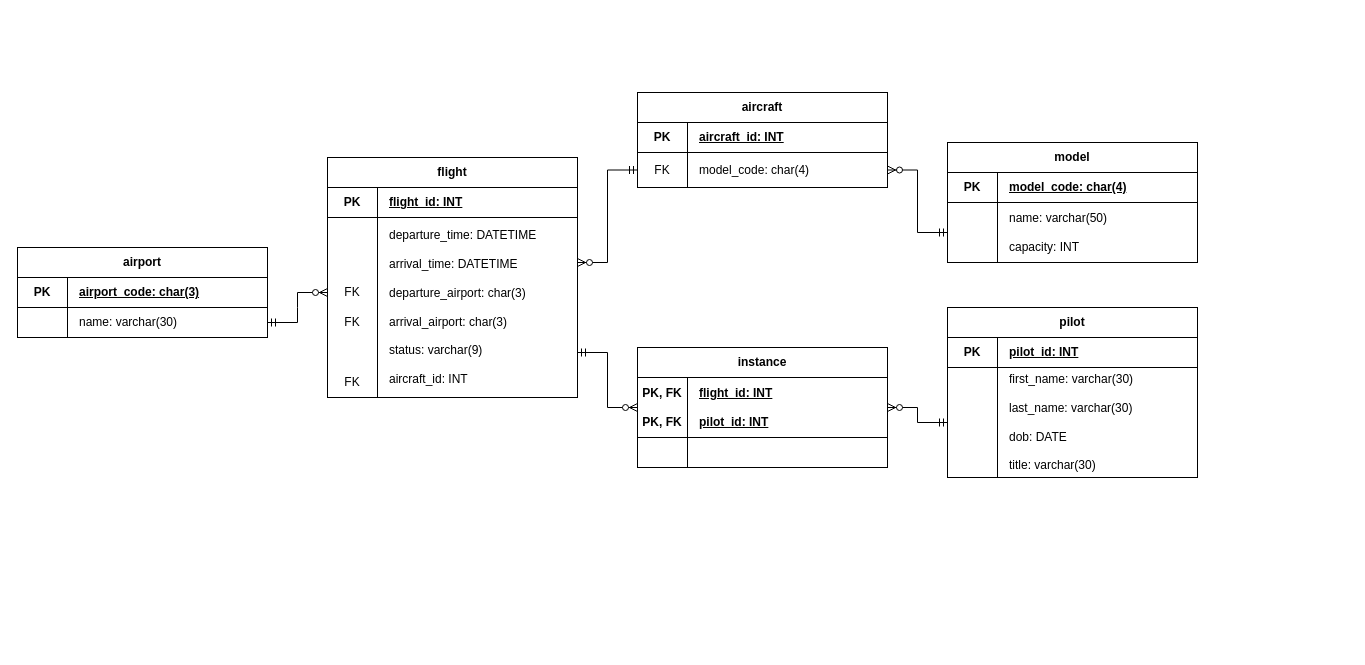
J-05/CW120040-CW2 keeps this draw.io diagram as airline-database-erd.drawio. Above is the earlier version. Source tidied: cells renumbered, new cells numbered last; positions are measured from the earlier drawing's top-left corner, leaving out a move shared by most shapes. Both pictures are drawn from the tidied source at 100%, with x=0, y=0 at pixel (17, 92).
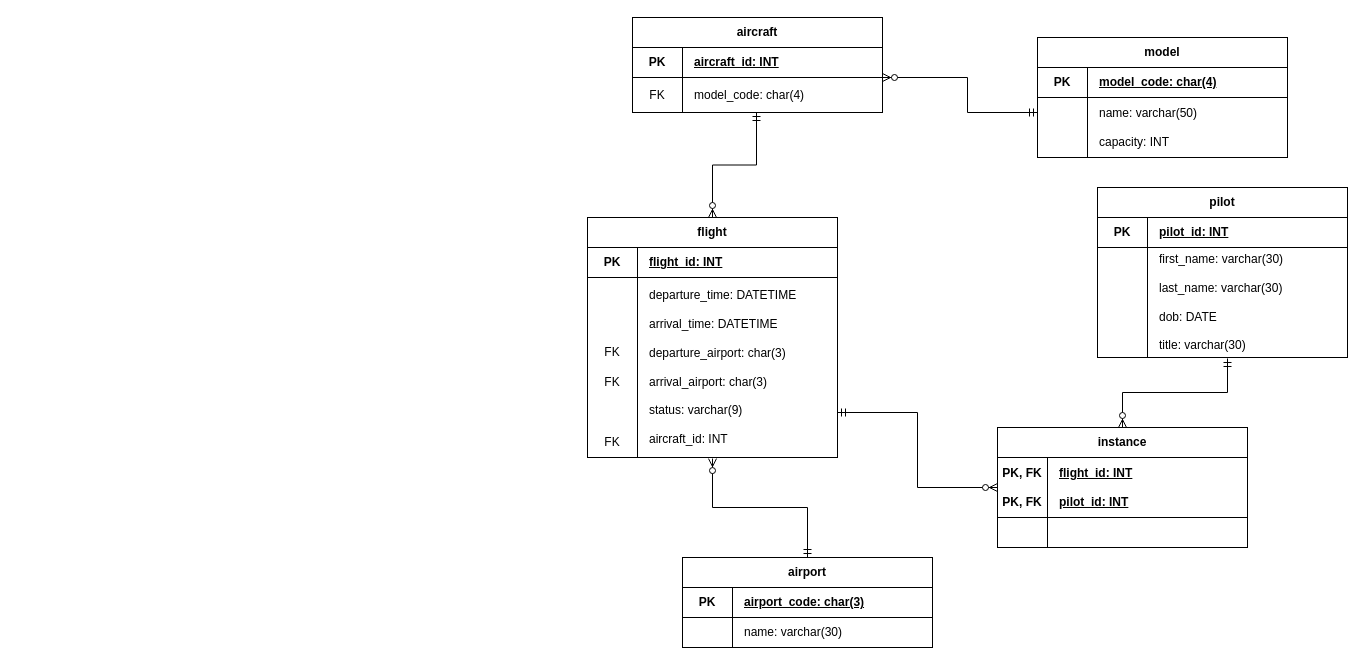
The same diagram, later.

Commit message:
rearranging tables

What changed in the source:
```diff
@@
     <mxCell id="2" value="&lt;b style=&quot;&quot;&gt;&lt;i&gt;&amp;nbsp; &amp;nbsp;&lt;/i&gt;&lt;u&gt;aircraft_id: INT&lt;/u&gt;&lt;/b&gt;" style="rounded=0;whiteSpace=wrap;html=1;fillColor=none;align=left;" parent="1" vertex="1">
-      <mxGeometry x="670" y="30" width="200" height="30" as="geometry" />
+      <mxGeometry x="665" y="-45" width="200" height="30" as="geometry" />
     </mxCell>
     <mxCell id="3" value="&lt;b&gt;PK&lt;/b&gt;" style="rounded=0;whiteSpace=wrap;html=1;fillColor=none;" parent="1" vertex="1">
-      <mxGeometry x="620" y="30" width="50" height="30" as="geometry" />
+      <mxGeometry x="615" y="-45" width="50" height="30" as="geometry" />
     </mxCell>
     <mxCell id="4" style="rounded=0;whiteSpace=wrap;html=1;fillColor=none;" parent="1" vertex="1">
-      <mxGeometry x="620" y="60" width="50" height="35" as="geometry" />
+      <mxGeometry x="615" y="-15" width="50" height="35" as="geometry" />
     </mxCell>
     <mxCell id="5" value="&amp;nbsp; &amp;nbsp;model_code: char(4)" style="rounded=0;whiteSpace=wrap;html=1;fillColor=none;align=left;" parent="1" vertex="1">
-      <mxGeometry x="670" y="60" width="200" height="35" as="geometry" />
+      <mxGeometry x="665" y="-15" width="200" height="35" as="geometry" />
     </mxCell>
     <mxCell id="6" value="&lt;b&gt;aircraft&lt;/b&gt;" style="rounded=0;whiteSpace=wrap;html=1;fillColor=none;" parent="1" vertex="1">
-      <mxGeometry x="620" width="250" height="30" as="geometry" />
+      <mxGeometry x="615" y="-75" width="250" height="30" as="geometry" />
     </mxCell>
     <mxCell id="7" value="&lt;b style=&quot;&quot;&gt;&lt;i&gt;&amp;nbsp; &amp;nbsp;&lt;/i&gt;&lt;u&gt;flight_id: INT&lt;/u&gt;&lt;/b&gt;" style="rounded=0;whiteSpace=wrap;html=1;fillColor=none;align=left;" parent="1" vertex="1">
-      <mxGeometry x="360" y="95" width="200" height="30" as="geometry" />
+      <mxGeometry x="620" y="155" width="200" height="30" as="geometry" />
     </mxCell>
     <mxCell id="8" value="&lt;b&gt;PK&lt;/b&gt;" style="rounded=0;whiteSpace=wrap;html=1;fillColor=none;" parent="1" vertex="1">
-      <mxGeometry x="310" y="95" width="50" height="30" as="geometry" />
+      <mxGeometry x="570" y="155" width="50" height="30" as="geometry" />
     </mxCell>
     <mxCell id="9" style="rounded=0;whiteSpace=wrap;html=1;fillColor=none;" parent="1" vertex="1">
-      <mxGeometry x="310" y="125" width="50" height="180" as="geometry" />
+      <mxGeometry x="570" y="185" width="50" height="180" as="geometry" />
     </mxCell>
     <mxCell id="10" value="&amp;nbsp; &amp;nbsp;departure_time: DATETIME&lt;br&gt;&lt;br&gt;&amp;nbsp; &amp;nbsp;arrival_time: DATETIME&lt;br&gt;&lt;br&gt;&amp;nbsp; &amp;nbsp;departure_airport: char(3)&lt;br&gt;&lt;br&gt;&amp;nbsp; &amp;nbsp;arrival_airport: char(3)&lt;br&gt;&lt;br&gt;&amp;nbsp; &amp;nbsp;status: varchar(9)&lt;br&gt;&lt;br&gt;&amp;nbsp; &amp;nbsp;aircraft_id: INT" style="rounded=0;whiteSpace=wrap;html=1;fillColor=none;align=left;" parent="1" vertex="1">
-      <mxGeometry x="360" y="125" width="200" height="180" as="geometry" />
+      <mxGeometry x="620" y="185" width="200" height="180" as="geometry" />
     </mxCell>
     <mxCell id="11" value="&lt;b&gt;flight&lt;/b&gt;" style="rounded=0;whiteSpace=wrap;html=1;fillColor=none;" parent="1" vertex="1">
-      <mxGeometry x="310" y="65" width="250" height="30" as="geometry" />
+      <mxGeometry x="570" y="125" width="250" height="30" as="geometry" />
     </mxCell>
     <mxCell id="12" value="&lt;b style=&quot;&quot;&gt;&lt;i&gt;&amp;nbsp; &amp;nbsp;&lt;/i&gt;&lt;u&gt;pilot_id: INT&lt;/u&gt;&lt;/b&gt;" style="rounded=0;whiteSpace=wrap;html=1;fillColor=none;align=left;" parent="1" vertex="1">
-      <mxGeometry x="980" y="245" width="200" height="30" as="geometry" />
+      <mxGeometry x="1130" y="125" width="200" height="30" as="geometry" />
     </mxCell>
     <mxCell id="13" value="&lt;b&gt;PK&lt;/b&gt;" style="rounded=0;whiteSpace=wrap;html=1;fillColor=none;" parent="1" vertex="1">
-      <mxGeometry x="930" y="245" width="50" height="30" as="geometry" />
+      <mxGeometry x="1080" y="125" width="50" height="30" as="geometry" />
     </mxCell>
     <mxCell id="14" style="rounded=0;whiteSpace=wrap;html=1;fillColor=none;" parent="1" vertex="1">
-      <mxGeometry x="930" y="275" width="50" height="110" as="geometry" />
+      <mxGeometry x="1080" y="155" width="50" height="110" as="geometry" />
     </mxCell>
     <mxCell id="15" value="&amp;nbsp; &amp;nbsp;first_name: varchar(30)&lt;br&gt;&lt;br&gt;&amp;nbsp; &amp;nbsp;last_name: varchar(30)&lt;br&gt;&lt;br&gt;&amp;nbsp; &amp;nbsp;dob: DATE&lt;br&gt;&lt;br&gt;&amp;nbsp; &amp;nbsp;title: varchar(30)" style="rounded=0;whiteSpace=wrap;html=1;fillColor=none;align=left;" parent="1" vertex="1">
-      <mxGeometry x="980" y="275" width="200" height="110" as="geometry" />
+      <mxGeometry x="1130" y="155" width="200" height="110" as="geometry" />
     </mxCell>
     <mxCell id="16" value="&lt;b&gt;pilot&lt;/b&gt;" style="rounded=0;whiteSpace=wrap;html=1;fillColor=none;" parent="1" vertex="1">
-      <mxGeometry x="930" y="215" width="250" height="30" as="geometry" />
+      <mxGeometry x="1080" y="95" width="250" height="30" as="geometry" />
     </mxCell>
     <mxCell id="17" value="&amp;nbsp; &amp;nbsp;&lt;b&gt;&lt;u&gt;flight_id: INT&lt;/u&gt;&lt;br&gt;&lt;br&gt;&amp;nbsp; &amp;nbsp;&lt;u&gt;pilot_id: INT&lt;/u&gt;&lt;br&gt;&lt;/b&gt;" style="rounded=0;whiteSpace=wrap;html=1;fillColor=none;align=left;" parent="1" vertex="1">
-      <mxGeometry x="670" y="285" width="200" height="60" as="geometry" />
+      <mxGeometry x="1030" y="365" width="200" height="60" as="geometry" />
     </mxCell>
     <mxCell id="18" value="&lt;b&gt;PK, FK&lt;br&gt;&lt;br&gt;PK, FK&lt;br&gt;&lt;/b&gt;" style="rounded=0;whiteSpace=wrap;html=1;fillColor=none;" parent="1" vertex="1">
-      <mxGeometry x="620" y="285" width="50" height="60" as="geometry" />
+      <mxGeometry x="980" y="365" width="50" height="60" as="geometry" />
     </mxCell>
     <mxCell id="19" style="rounded=0;whiteSpace=wrap;html=1;fillColor=none;" parent="1" vertex="1">
-      <mxGeometry x="620" y="345" width="50" height="30" as="geometry" />
+      <mxGeometry x="980" y="425" width="50" height="30" as="geometry" />
     </mxCell>
     <mxCell id="20" style="rounded=0;whiteSpace=wrap;html=1;fillColor=none;align=left;" parent="1" vertex="1">
-      <mxGeometry x="670" y="345" width="200" height="30" as="geometry" />
+      <mxGeometry x="1030" y="425" width="200" height="30" as="geometry" />
     </mxCell>
     <mxCell id="21" value="&lt;b&gt;instance&lt;/b&gt;" style="rounded=0;whiteSpace=wrap;html=1;fillColor=none;" parent="1" vertex="1">
-      <mxGeometry x="620" y="255" width="250" height="30" as="geometry" />
+      <mxGeometry x="980" y="335" width="250" height="30" as="geometry" />
     </mxCell>
     <mxCell id="22" value="&lt;i style=&quot;font-weight: bold;&quot;&gt;&amp;nbsp; &amp;nbsp;&lt;/i&gt;&lt;u style=&quot;&quot;&gt;&lt;b&gt;model_code: char(4)&lt;/b&gt;&lt;/u&gt;" style="rounded=0;whiteSpace=wrap;html=1;fillColor=none;align=left;" parent="1" vertex="1">
-      <mxGeometry x="980" y="80" width="200" height="30" as="geometry" />
+      <mxGeometry x="1070" y="-25" width="200" height="30" as="geometry" />
     </mxCell>
     <mxCell id="23" value="&lt;b&gt;PK&lt;/b&gt;" style="rounded=0;whiteSpace=wrap;html=1;fillColor=none;" parent="1" vertex="1">
-      <mxGeometry x="930" y="80" width="50" height="30" as="geometry" />
+      <mxGeometry x="1020" y="-25" width="50" height="30" as="geometry" />
     </mxCell>
     <mxCell id="24" style="rounded=0;whiteSpace=wrap;html=1;fillColor=none;" parent="1" vertex="1">
-      <mxGeometry x="930" y="110" width="50" height="60" as="geometry" />
+      <mxGeometry x="1020" y="5" width="50" height="60" as="geometry" />
     </mxCell>
     <mxCell id="25" value="&amp;nbsp; &amp;nbsp;name: varchar(50)&lt;br&gt;&lt;br&gt;&amp;nbsp; &amp;nbsp;capacity: INT" style="rounded=0;whiteSpace=wrap;html=1;fillColor=none;align=left;" parent="1" vertex="1">
-      <mxGeometry x="980" y="110" width="200" height="60" as="geometry" />
+      <mxGeometry x="1070" y="5" width="200" height="60" as="geometry" />
     </mxCell>
     <mxCell id="26" value="&lt;b&gt;model&lt;/b&gt;" style="rounded=0;whiteSpace=wrap;html=1;fillColor=none;" parent="1" vertex="1">
-      <mxGeometry x="930" y="50" width="250" height="30" as="geometry" />
+      <mxGeometry x="1020" y="-55" width="250" height="30" as="geometry" />
     </mxCell>
     <mxCell id="27" value="FK" style="rounded=0;whiteSpace=wrap;html=1;fillColor=none;strokeColor=none;" parent="1" vertex="1">
-      <mxGeometry x="620" y="62.5" width="50" height="30" as="geometry" />
+      <mxGeometry x="615" y="-12.5" width="50" height="30" as="geometry" />
     </mxCell>
     <mxCell id="28" value="FK" style="rounded=0;whiteSpace=wrap;html=1;fillColor=none;strokeColor=none;" parent="1" vertex="1">
-      <mxGeometry x="310" y="275" width="50" height="30" as="geometry" />
+      <mxGeometry x="570" y="335" width="50" height="30" as="geometry" />
     </mxCell>
-    <mxCell id="29" style="edgeStyle=entityRelationEdgeStyle;fontSize=12;html=1;endArrow=ERzeroToMany;startArrow=ERmandOne;rounded=0;entryX=1;entryY=0.5;entryDx=0;entryDy=0;exitX=0;exitY=0.5;exitDx=0;exitDy=0;" parent="1" edge="1" source="24" target="5">
-      <mxGeometry relative="1" as="geometry" />
+    <mxCell id="29" style="edgeStyle=orthogonalEdgeStyle;fontSize=12;html=1;endArrow=ERzeroToMany;startArrow=ERmandOne;rounded=0;exitX=0;exitY=0.25;exitDx=0;exitDy=0;entryX=1;entryY=0;entryDx=0;entryDy=0;" parent="1" edge="1" source="24" target="5">
+      <mxGeometry relative="1" as="geometry">
+        <Array as="points">
+          <mxPoint x="950" y="20" />
+          <mxPoint x="950" y="-15" />
+        </Array>
+      </mxGeometry>
     </mxCell>
-    <mxCell id="30" style="edgeStyle=entityRelationEdgeStyle;fontSize=12;html=1;endArrow=ERzeroToMany;startArrow=ERmandOne;rounded=0;exitX=0;exitY=0.5;exitDx=0;exitDy=0;entryX=1;entryY=0.25;entryDx=0;entryDy=0;" parent="1" edge="1" source="4" target="10">
+    <mxCell id="30" style="edgeStyle=orthogonalEdgeStyle;fontSize=12;html=1;endArrow=ERzeroToMany;startArrow=ERmandOne;rounded=0;entryX=0.5;entryY=0;entryDx=0;entryDy=0;exitX=0.37;exitY=1;exitDx=0;exitDy=0;exitPerimeter=0;" parent="1" edge="1" source="5" target="11">
       <mxGeometry relative="1" as="geometry" />
     </mxCell>
-    <mxCell id="31" style="edgeStyle=entityRelationEdgeStyle;fontSize=12;html=1;endArrow=ERzeroToMany;startArrow=ERmandOne;rounded=0;entryX=0;entryY=0.5;entryDx=0;entryDy=0;exitX=1;exitY=0.75;exitDx=0;exitDy=0;" parent="1" edge="1" source="10" target="18">
-      <mxGeometry relative="1" as="geometry">
-        <Array as="points">
-          <mxPoint x="600" y="245" />
-          <mxPoint x="460" y="245" />
-        </Array>
-      </mxGeometry>
+    <mxCell id="31" style="edgeStyle=orthogonalEdgeStyle;fontSize=12;html=1;endArrow=ERzeroToMany;startArrow=ERmandOne;rounded=0;entryX=0;entryY=0.5;entryDx=0;entryDy=0;exitX=1;exitY=0.75;exitDx=0;exitDy=0;" parent="1" edge="1" source="10" target="18">
+      <mxGeometry relative="1" as="geometry" />
     </mxCell>
-    <mxCell id="32" style="edgeStyle=entityRelationEdgeStyle;fontSize=12;html=1;endArrow=ERzeroToMany;startArrow=ERmandOne;rounded=0;entryX=1;entryY=0.5;entryDx=0;entryDy=0;exitX=0;exitY=0.5;exitDx=0;exitDy=0;" parent="1" edge="1" source="14" target="17">
+    <mxCell id="32" style="edgeStyle=orthogonalEdgeStyle;fontSize=12;html=1;endArrow=ERzeroToMany;startArrow=ERmandOne;rounded=0;entryX=0.5;entryY=0;entryDx=0;entryDy=0;exitX=0.4;exitY=1.009;exitDx=0;exitDy=0;exitPerimeter=0;" parent="1" edge="1" source="15" target="21">
       <mxGeometry relative="1" as="geometry" />
     </mxCell>
     <mxCell id="33" value="&lt;b&gt;&amp;nbsp; &amp;nbsp;&lt;u&gt;airport_code: char(3)&lt;/u&gt;&lt;br&gt;&lt;/b&gt;" style="rounded=0;whiteSpace=wrap;html=1;fillColor=none;align=left;" parent="1" vertex="1">
-      <mxGeometry x="50" y="185" width="200" height="30" as="geometry" />
+      <mxGeometry x="715" y="495" width="200" height="30" as="geometry" />
     </mxCell>
     <mxCell id="34" value="&lt;b&gt;PK&lt;br&gt;&lt;/b&gt;" style="rounded=0;whiteSpace=wrap;html=1;fillColor=none;" parent="1" vertex="1">
-      <mxGeometry y="185" width="50" height="30" as="geometry" />
+      <mxGeometry x="665" y="495" width="50" height="30" as="geometry" />
     </mxCell>
     <mxCell id="35" style="rounded=0;whiteSpace=wrap;html=1;fillColor=none;" parent="1" vertex="1">
-      <mxGeometry y="215" width="50" height="30" as="geometry" />
+      <mxGeometry x="665" y="525" width="50" height="30" as="geometry" />
     </mxCell>
     <mxCell id="36" value="&amp;nbsp; &amp;nbsp;name: varchar(30)" style="rounded=0;whiteSpace=wrap;html=1;fillColor=none;align=left;" parent="1" vertex="1">
-      <mxGeometry x="50" y="215" width="200" height="30" as="geometry" />
+      <mxGeometry x="715" y="525" width="200" height="30" as="geometry" />
     </mxCell>
     <mxCell id="37" value="&lt;b&gt;airport&lt;/b&gt;" style="rounded=0;whiteSpace=wrap;html=1;fillColor=none;" parent="1" vertex="1">
-      <mxGeometry y="155" width="250" height="30" as="geometry" />
+      <mxGeometry x="665" y="465" width="250" height="30" as="geometry" />
     </mxCell>
     <mxCell id="38" value="FK" style="rounded=0;whiteSpace=wrap;html=1;fillColor=none;strokeColor=none;" parent="1" vertex="1">
-      <mxGeometry x="310" y="215" width="50" height="30" as="geometry" />
+      <mxGeometry x="570" y="275" width="50" height="30" as="geometry" />
     </mxCell>
     <mxCell id="39" value="FK" style="rounded=0;whiteSpace=wrap;html=1;fillColor=none;strokeColor=none;" parent="1" vertex="1">
-      <mxGeometry x="310" y="185" width="50" height="30" as="geometry" />
+      <mxGeometry x="570" y="245" width="50" height="30" as="geometry" />
     </mxCell>
-    <mxCell id="40" style="edgeStyle=entityRelationEdgeStyle;fontSize=12;html=1;endArrow=ERzeroToMany;startArrow=ERmandOne;rounded=0;exitX=1;exitY=0.5;exitDx=0;exitDy=0;entryX=0;entryY=0.5;entryDx=0;entryDy=0;" parent="1" edge="1" source="36" target="39">
+    <mxCell id="40" style="edgeStyle=orthogonalEdgeStyle;fontSize=12;html=1;endArrow=ERzeroToMany;startArrow=ERmandOne;rounded=0;exitX=0.5;exitY=0;exitDx=0;exitDy=0;entryX=0.375;entryY=1.006;entryDx=0;entryDy=0;entryPerimeter=0;" parent="1" edge="1" source="37" target="10">
       <mxGeometry relative="1" as="geometry" />
     </mxCell>
```
